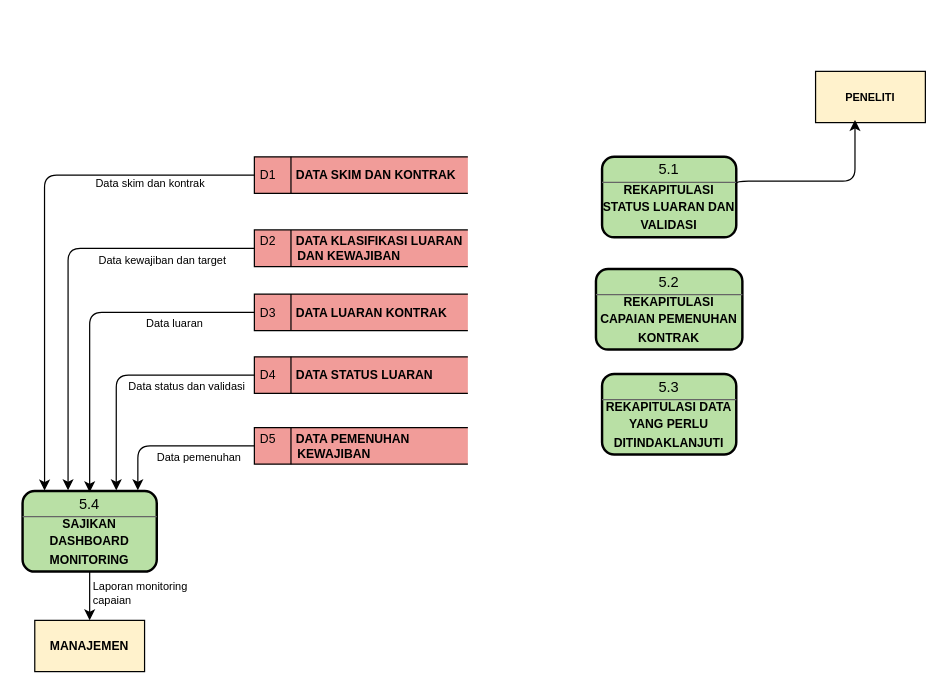
The draw.io diagram page "Level 1 (5)" (7 of 7) of Monitoring Luaran.drawio in krizal8749-ops/Ideabox, before the edit. Source tidied: cells renumbered, new cells numbered last; positions are measured from the earlier drawing's top-left corner, leaving out a move shared by most shapes. Both pictures are drawn from the tidied source at 122%, with x=0, y=0 at pixel (22, 71).
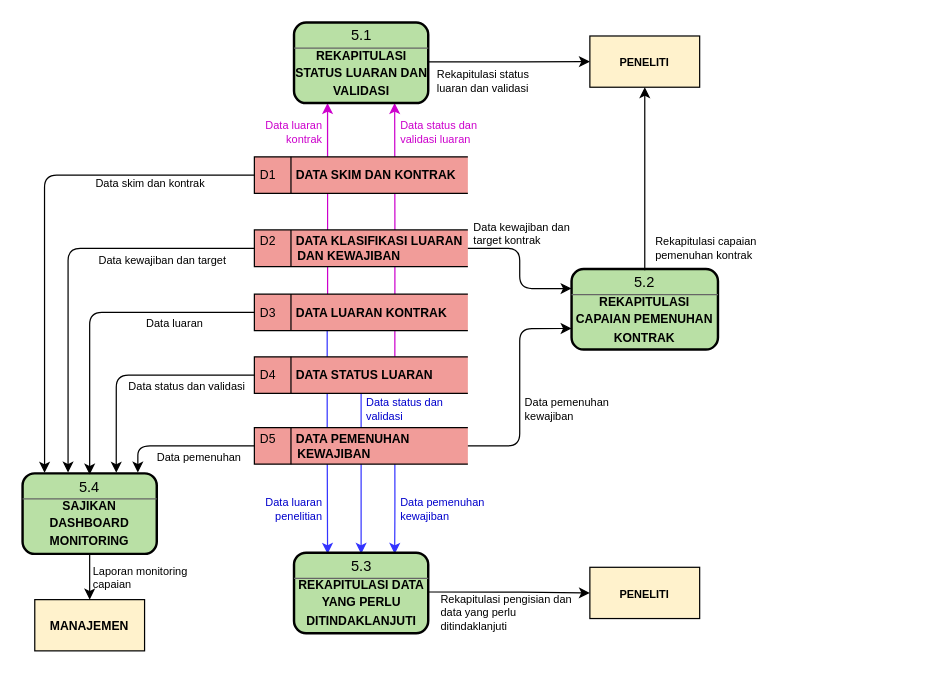
After the change.

Unchanged cells that the change refers to:
```xml
<mxCell id="3" style="rounded=1;whiteSpace=wrap;html=1;strokeWidth=2;fillColor=#B9E0A5;" parent="2" vertex="1">
  <mxGeometry width="110" height="66" as="geometry" />
</mxCell>
<mxCell id="6" value="&lt;font size=&quot;1&quot;&gt;REKAPITULASI STATUS LUARAN DAN VALIDASI&lt;/font&gt;" style="text;html=1;whiteSpace=wrap;strokeColor=none;fillColor=none;align=center;verticalAlign=middle;rounded=0;fontStyle=1;" parent="2" vertex="1">
  <mxGeometry y="24" width="110" height="33" as="geometry" />
</mxCell>
<mxCell id="7" value="D3&amp;nbsp; &amp;nbsp; &amp;nbsp; &lt;b&gt;DATA LUARAN KONTRAK&lt;/b&gt;" style="html=1;dashed=0;whiteSpace=wrap;shape=mxgraph.dfd.dataStoreID;align=left;spacingLeft=3;points=[[0,0],[0.5,0],[1,0],[0,0.5],[1,0.5],[0,1],[0.5,1],[1,1]];fontSize=10;fillColor=#F19C99;" parent="1" vertex="1">
  <mxGeometry x="190" y="182.5" width="175" height="30" as="geometry" />
</mxCell>
<mxCell id="10" value="5.2" style="text;html=1;whiteSpace=wrap;strokeColor=none;fillColor=none;align=center;verticalAlign=middle;rounded=0;" parent="8" vertex="1">
  <mxGeometry y="1" width="120" height="20" as="geometry" />
</mxCell>
<mxCell id="12" value="&lt;font size=&quot;1&quot;&gt;REKAPITULASI CAPAIAN PEMENUHAN KONTRAK&lt;/font&gt;" style="text;html=1;whiteSpace=wrap;strokeColor=none;fillColor=none;align=center;verticalAlign=middle;rounded=0;fontStyle=1;" parent="8" vertex="1">
  <mxGeometry y="24" width="120" height="33" as="geometry" />
</mxCell>
<mxCell id="15" value="5.3" style="text;html=1;whiteSpace=wrap;strokeColor=none;fillColor=none;align=center;verticalAlign=middle;rounded=0;" parent="13" vertex="1">
  <mxGeometry y="1" width="110" height="20" as="geometry" />
</mxCell>
<mxCell id="17" value="&lt;font size=&quot;1&quot;&gt;REKAPITULASI DATA YANG PERLU DITINDAKLANJUTI&lt;/font&gt;" style="text;html=1;whiteSpace=wrap;strokeColor=none;fillColor=none;align=center;verticalAlign=middle;rounded=0;fontStyle=1;" parent="13" vertex="1">
  <mxGeometry y="24" width="110" height="33" as="geometry" />
</mxCell>
<mxCell id="24" value="D4&amp;nbsp; &amp;nbsp; &amp;nbsp; &lt;b&gt;DATA STATUS LUARAN&lt;/b&gt;" style="html=1;dashed=0;whiteSpace=wrap;shape=mxgraph.dfd.dataStoreID;align=left;spacingLeft=3;points=[[0,0],[0.5,0],[1,0],[0,0.5],[1,0.5],[0,1],[0.5,1],[1,1]];fontSize=10;fillColor=#F19C99;" parent="1" vertex="1">
  <mxGeometry x="190" y="234" width="175" height="30" as="geometry" />
</mxCell>
<mxCell id="25" value="D5&amp;nbsp; &amp;nbsp; &amp;nbsp;&amp;nbsp;&lt;b&gt;DATA PEMENUHAN&amp;nbsp;&lt;/b&gt;&lt;div&gt;&lt;b&gt;&amp;nbsp; &amp;nbsp; &amp;nbsp; &amp;nbsp; &amp;nbsp; &amp;nbsp;KEWAJIBAN&lt;/b&gt;&lt;/div&gt;" style="html=1;dashed=0;whiteSpace=wrap;shape=mxgraph.dfd.dataStoreID;align=left;spacingLeft=3;points=[[0,0],[0.5,0],[1,0],[0,0.5],[1,0.5],[0,1],[0.5,1],[1,1]];fontSize=10;fillColor=#F19C99;" parent="1" vertex="1">
  <mxGeometry x="190" y="292" width="175" height="30" as="geometry" />
</mxCell>
<mxCell id="26" value="D2&amp;nbsp; &amp;nbsp; &amp;nbsp;&amp;nbsp;&lt;b&gt;DATA KLASIFIKASI LUARAN&amp;nbsp;&lt;/b&gt;&lt;div&gt;&lt;b&gt;&amp;nbsp; &amp;nbsp; &amp;nbsp; &amp;nbsp; &amp;nbsp; &amp;nbsp;DAN KEWAJIBAN&lt;/b&gt;&lt;/div&gt;" style="html=1;dashed=0;whiteSpace=wrap;shape=mxgraph.dfd.dataStoreID;align=left;spacingLeft=3;points=[[0,0],[0.5,0],[1,0],[0,0.5],[1,0.5],[0,1],[0.5,1],[1,1]];fontSize=10;fillColor=#F19C99;" parent="1" vertex="1">
  <mxGeometry x="190" y="130" width="175" height="30" as="geometry" />
</mxCell>
```

Change to the diagram source:
```diff
@@
+    <mxCell id="42" style="endArrow=classic;html=1;rounded=1;edgeStyle=orthogonalEdgeStyle;curved=0;entryX=0.25;entryY=1;entryDx=0;entryDy=0;exitX=0.343;exitY=0.065;exitDx=0;exitDy=0;exitPerimeter=0;strokeColor=#CC00CC;" parent="1" edge="1" source="7" target="3">
+      <mxGeometry x="0.09" relative="1" as="geometry" />
+    </mxCell>
+    <mxCell id="43" style="endArrow=classic;html=1;rounded=1;edgeStyle=orthogonalEdgeStyle;curved=0;entryX=0.75;entryY=1;entryDx=0;entryDy=0;exitX=0.658;exitY=-0.004;exitDx=0;exitDy=0;exitPerimeter=0;strokeColor=#CC00CC;" parent="1" edge="1" source="24" target="3">
+      <mxGeometry x="-0.47" relative="1" as="geometry" />
+    </mxCell>
+    <mxCell id="44" style="endArrow=classic;html=1;rounded=1;edgeStyle=orthogonalEdgeStyle;curved=0;entryX=0.25;entryY=0;entryDx=0;entryDy=0;exitX=0.341;exitY=0.982;exitDx=0;exitDy=0;exitPerimeter=0;strokeColor=#3333FF;" parent="1" edge="1" source="7" target="15">
+      <mxGeometry x="0.1" relative="1" as="geometry" />
+    </mxCell>
+    <mxCell id="45" style="endArrow=classic;html=1;rounded=1;edgeStyle=orthogonalEdgeStyle;curved=0;entryX=0.5;entryY=0;entryDx=0;entryDy=0;exitX=0.5;exitY=1;exitDx=0;exitDy=0;strokeColor=#3333FF;" parent="1" edge="1" source="24" target="15">
+      <mxGeometry x="0.27" relative="1" as="geometry" />
+    </mxCell>
+    <mxCell id="46" style="endArrow=classic;html=1;rounded=1;edgeStyle=orthogonalEdgeStyle;curved=0;entryX=0.75;entryY=0;entryDx=0;entryDy=0;exitX=0.658;exitY=0.979;exitDx=0;exitDy=0;exitPerimeter=0;strokeColor=#3333FF;" parent="1" edge="1" source="25" target="15">
+      <mxGeometry x="0.27" relative="1" as="geometry" />
+    </mxCell>
     <mxCell id="2" style="group;" parent="1" vertex="1">
-      <mxGeometry x="475" y="70" width="110" height="66" as="geometry" />
+      <mxGeometry x="222.5" y="-40" width="110" height="66" as="geometry" />
     </mxCell>
@@
     <mxCell id="8" style="group;" parent="1" vertex="1">
-      <mxGeometry x="470" y="162" width="120" height="66" as="geometry" />
+      <mxGeometry x="450" y="162" width="120" height="66" as="geometry" />
     </mxCell>
@@
     <mxCell id="13" style="group;" parent="1" vertex="1">
-      <mxGeometry x="475" y="248" width="110" height="66" as="geometry" />
+      <mxGeometry x="222.5" y="394.5" width="110" height="66" as="geometry" />
     </mxCell>
@@
     <mxCell id="18" style="group;" parent="1" vertex="1">
-      <mxGeometry y="344" width="110" height="66" as="geometry" />
+      <mxGeometry y="329.5" width="110" height="66" as="geometry" />
     </mxCell>
@@
     <mxCell id="27" value="&lt;font style=&quot;font-size: 9px;&quot;&gt;&lt;b style=&quot;&quot;&gt;PENELITI&lt;/b&gt;&lt;/font&gt;" style="html=1;dashed=0;whiteSpace=wrap;fillColor=#FFF2CC;" parent="1" vertex="1">
-      <mxGeometry x="650" width="90" height="42" as="geometry" />
+      <mxGeometry x="465" y="-29" width="90" height="42" as="geometry" />
     </mxCell>
@@
     <mxCell id="34" value="&lt;font size=&quot;1&quot;&gt;&lt;b&gt;MANAJEMEN&lt;/b&gt;&lt;/font&gt;" style="html=1;dashed=0;whiteSpace=wrap;fillColor=#FFF2CC;" parent="1" vertex="1">
-      <mxGeometry x="10" y="450" width="90" height="42" as="geometry" />
+      <mxGeometry x="10" y="433" width="90" height="42" as="geometry" />
     </mxCell>
@@
     <mxCell id="40" value="Laporan monitoring capaian" style="text;html=1;whiteSpace=wrap;strokeColor=none;fillColor=none;align=left;verticalAlign=middle;rounded=0;fontSize=9;" parent="1" vertex="1">
-      <mxGeometry x="56" y="422" width="80" height="11" as="geometry" />
+      <mxGeometry x="56" y="409" width="80" height="11" as="geometry" />
     </mxCell>
-    <mxCell id="41" style="endArrow=classic;html=1;rounded=1;edgeStyle=orthogonalEdgeStyle;curved=0;entryX=0.359;entryY=0.949;entryDx=0;entryDy=0;exitX=1;exitY=0;exitDx=0;exitDy=0;entryPerimeter=0;" parent="1" edge="1" source="6" target="27">
-      <mxGeometry x="0.21" relative="1" as="geometry">
-        <Array as="points">
-          <mxPoint x="585" y="90" />
-          <mxPoint x="682.3" y="90" />
-        </Array>
-      </mxGeometry>
+    <mxCell id="41" style="endArrow=classic;html=1;rounded=1;edgeStyle=orthogonalEdgeStyle;curved=0;entryX=0;entryY=0.5;entryDx=0;entryDy=0;exitX=1;exitY=0.25;exitDx=0;exitDy=0;" parent="1" edge="1" source="6" target="27">
+      <mxGeometry relative="1" as="geometry" />
     </mxCell>
+    <mxCell id="47" style="endArrow=classic;html=1;rounded=1;edgeStyle=orthogonalEdgeStyle;curved=0;entryX=0.5;entryY=1;entryDx=0;entryDy=0;exitX=0.5;exitY=0;exitDx=0;exitDy=0;" parent="1" edge="1" source="10" target="27">
+      <mxGeometry relative="1" as="geometry" />
+    </mxCell>
+    <mxCell id="48" value="Rekapitulasi status luaran dan validasi" style="text;html=1;whiteSpace=wrap;strokeColor=none;fillColor=none;align=left;verticalAlign=middle;rounded=0;fontSize=9;" parent="1" vertex="1">
+      <mxGeometry x="337.5" y="2" width="90" height="11" as="geometry" />
+    </mxCell>
+    <mxCell id="49" value="&lt;div&gt;Rekapitulasi capaian pemenuhan kontrak&lt;/div&gt;" style="text;html=1;whiteSpace=wrap;strokeColor=none;fillColor=none;align=left;verticalAlign=middle;rounded=0;fontSize=9;" parent="1" vertex="1">
+      <mxGeometry x="516.5" y="139" width="90" height="11" as="geometry" />
+    </mxCell>
+    <mxCell id="50" value="&lt;font style=&quot;font-size: 9px;&quot;&gt;&lt;b style=&quot;&quot;&gt;PENELITI&lt;/b&gt;&lt;/font&gt;" style="html=1;dashed=0;whiteSpace=wrap;fillColor=#FFF2CC;" parent="1" vertex="1">
+      <mxGeometry x="465" y="406.5" width="90" height="42" as="geometry" />
+    </mxCell>
+    <mxCell id="51" style="endArrow=classic;html=1;rounded=1;edgeStyle=orthogonalEdgeStyle;curved=0;exitX=1;exitY=0.25;exitDx=0;exitDy=0;" parent="1" edge="1" source="17" target="50">
+      <mxGeometry relative="1" as="geometry" />
+    </mxCell>
+    <mxCell id="52" value="&lt;div&gt;Rekapitulasi pengisian dan data yang perlu ditindaklanjuti&lt;/div&gt;" style="text;html=1;whiteSpace=wrap;strokeColor=none;fillColor=none;align=left;verticalAlign=middle;rounded=0;fontSize=9;" parent="1" vertex="1">
+      <mxGeometry x="340.5" y="438.5" width="120" height="11" as="geometry" />
+    </mxCell>
+    <mxCell id="53" value="&lt;div&gt;Data pemenuhan kewajiban&lt;/div&gt;" style="text;html=1;whiteSpace=wrap;strokeColor=none;fillColor=none;align=left;verticalAlign=middle;rounded=0;fontSize=9;" parent="1" vertex="1">
+      <mxGeometry x="410" y="271" width="90" height="11" as="geometry" />
+    </mxCell>
+    <mxCell id="54" value="&lt;div&gt;Data pemenuhan kewajiban&lt;/div&gt;" style="text;html=1;whiteSpace=wrap;strokeColor=none;fillColor=none;align=left;verticalAlign=middle;rounded=0;fontSize=9;fontColor=#0000CC;" parent="1" vertex="1">
+      <mxGeometry x="307.5" y="353" width="90" height="11" as="geometry" />
+    </mxCell>
+    <mxCell id="55" value="&lt;div&gt;Data luaran penelitian&lt;/div&gt;" style="text;html=1;whiteSpace=wrap;strokeColor=none;fillColor=none;align=right;verticalAlign=middle;rounded=0;fontSize=9;fontColor=#0000CC;" parent="1" vertex="1">
+      <mxGeometry x="178" y="353" width="70" height="11" as="geometry" />
+    </mxCell>
+    <mxCell id="56" value="&lt;div&gt;Data status dan validasi&lt;/div&gt;" style="text;html=1;whiteSpace=wrap;strokeColor=none;fillColor=none;align=left;verticalAlign=middle;rounded=0;fontSize=9;fontColor=#0000CC;" parent="1" vertex="1">
+      <mxGeometry x="280" y="271" width="90" height="11" as="geometry" />
+    </mxCell>
+    <mxCell id="57" value="&lt;div&gt;Data status dan validasi luaran&lt;/div&gt;" style="text;html=1;whiteSpace=wrap;strokeColor=none;fillColor=none;align=left;verticalAlign=middle;rounded=0;fontSize=9;fontColor=#CC00CC;" parent="1" vertex="1">
+      <mxGeometry x="307.5" y="44" width="90" height="11" as="geometry" />
+    </mxCell>
+    <mxCell id="58" value="&lt;div&gt;Data luaran kontrak&lt;/div&gt;" style="text;html=1;whiteSpace=wrap;strokeColor=none;fillColor=none;align=right;verticalAlign=middle;rounded=0;fontSize=9;fontColor=#CC00CC;" parent="1" vertex="1">
+      <mxGeometry x="178" y="44" width="70" height="11" as="geometry" />
+    </mxCell>
+    <mxCell id="59" style="endArrow=classic;html=1;rounded=1;edgeStyle=orthogonalEdgeStyle;curved=0;entryX=0;entryY=0.75;entryDx=0;entryDy=0;exitX=1;exitY=0.5;exitDx=0;exitDy=0;" parent="1" edge="1" source="26" target="10">
+      <mxGeometry relative="1" as="geometry" />
+    </mxCell>
+    <mxCell id="60" style="endArrow=classic;html=1;rounded=1;edgeStyle=orthogonalEdgeStyle;curved=0;entryX=0;entryY=0.75;entryDx=0;entryDy=0;exitX=1;exitY=0.5;exitDx=0;exitDy=0;" parent="1" edge="1" source="25" target="12">
+      <mxGeometry relative="1" as="geometry" />
+    </mxCell>
+    <mxCell id="61" value="&lt;div&gt;Data kewajiban dan target kontrak&lt;/div&gt;" style="text;html=1;whiteSpace=wrap;strokeColor=none;fillColor=none;align=left;verticalAlign=middle;rounded=0;fontSize=9;" parent="1" vertex="1">
+      <mxGeometry x="368" y="127" width="90" height="11" as="geometry" />
+    </mxCell>
```
